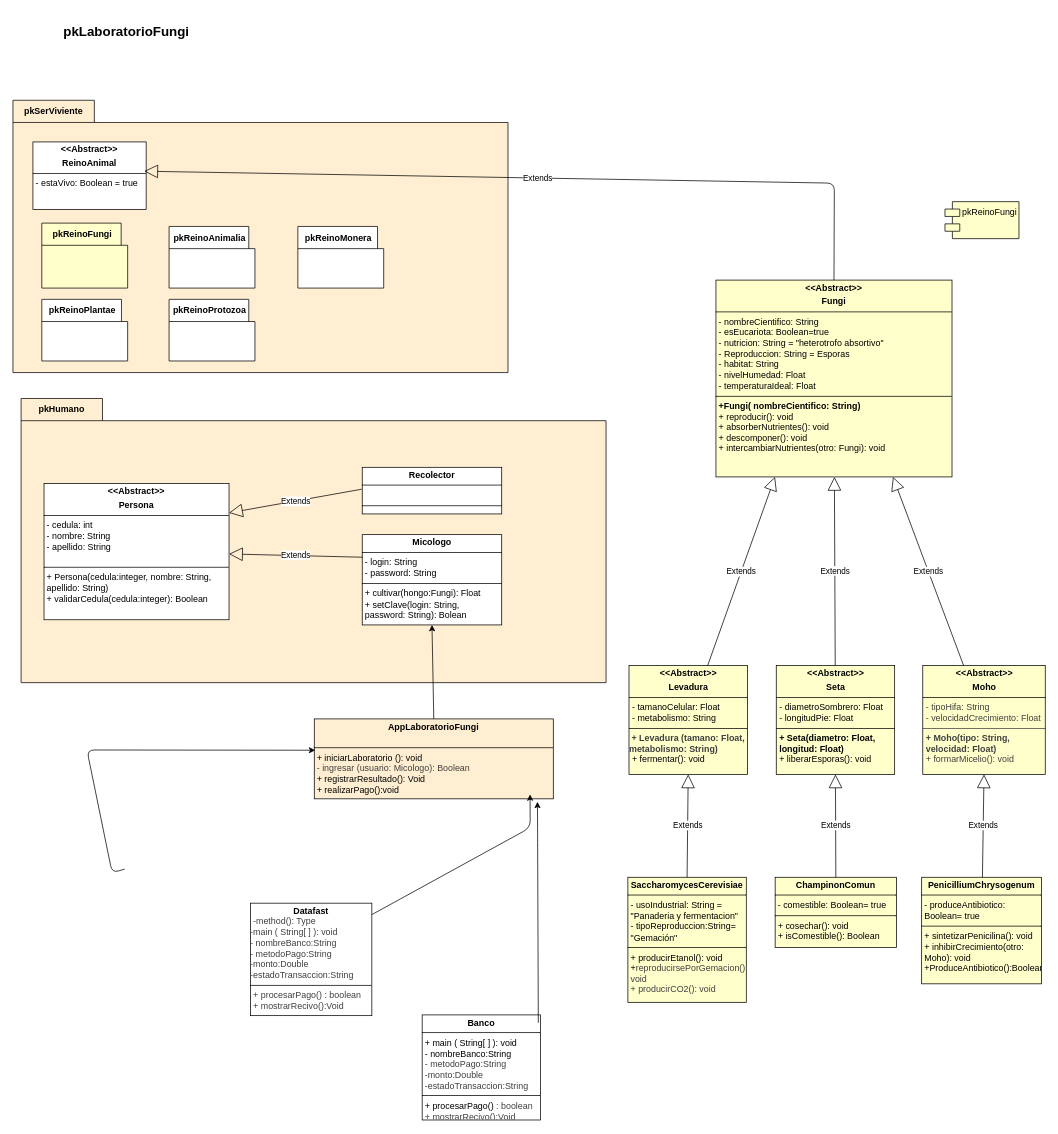
The draw.io diagram desing/Desing2/ClassDiagram.drawio in larry2004h-hash/ProyectoReinoFungi, before the edit. Source tidied: cells renumbered, new cells numbered last; positions are measured from the earlier drawing's top-left corner, leaving out a move shared by most shapes. Both pictures are drawn from the tidied source at 74%, with x=0, y=0 at pixel (13, 13).
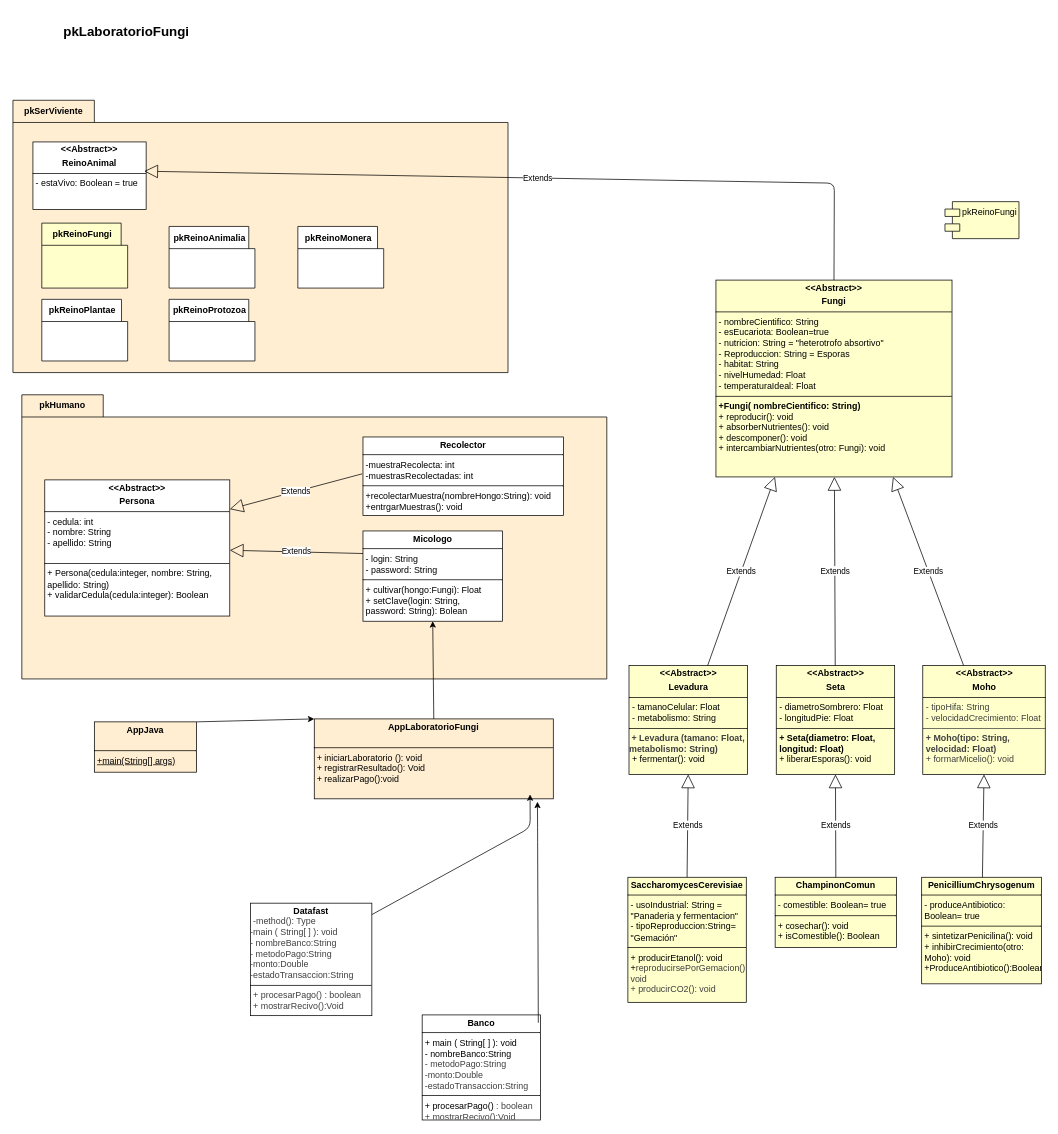
Above is the later version.

Commit message:
mejoras diseño

Change to the diagram source:
```diff
@@
     <mxCell id="2" value="pkHumano" style="shape=folder;fontStyle=1;tabWidth=110;tabHeight=30;tabPosition=left;html=1;boundedLbl=1;labelInHeader=1;whiteSpace=wrap;fillColor=#FFEED1;" parent="1" vertex="1">
-      <mxGeometry x="11" y="521" width="790.5" height="384" as="geometry" />
+      <mxGeometry x="12" y="516" width="790.5" height="384" as="geometry" />
     </mxCell>
@@
-    <mxCell id="7" value="&lt;p style=&quot;margin:0px;margin-top:4px;text-align:center;&quot;&gt;&lt;b&gt;Recolector&lt;/b&gt;&lt;/p&gt;&lt;hr style=&quot;border-style:solid;&quot; size=&quot;1&quot;&gt;&lt;p style=&quot;scrollbar-color: rgb(75, 75, 75) rgb(27, 29, 30); margin: 0px 0px 0px 4px;&quot;&gt;&lt;br&gt;&lt;/p&gt;&lt;hr style=&quot;border-style:solid;&quot; size=&quot;1&quot;&gt;&lt;p style=&quot;scrollbar-color: rgb(75, 75, 75) rgb(27, 29, 30); margin: 0px 0px 0px 4px;&quot;&gt;&lt;br&gt;&lt;/p&gt;" style="verticalAlign=top;align=left;overflow=fill;html=1;whiteSpace=wrap;fontColor=default;" parent="2" vertex="1">
-      <mxGeometry x="461" y="93" width="188.5" height="63" as="geometry" />
+    <mxCell id="7" value="&lt;p style=&quot;margin:0px;margin-top:4px;text-align:center;&quot;&gt;&lt;b&gt;Recolector&lt;/b&gt;&lt;/p&gt;&lt;hr style=&quot;border-style:solid;&quot; size=&quot;1&quot;&gt;&lt;p style=&quot;scrollbar-color: rgb(75, 75, 75) rgb(27, 29, 30); margin: 0px 0px 0px 4px;&quot;&gt;-muestraRecolecta: int&lt;/p&gt;&lt;p style=&quot;scrollbar-color: rgb(75, 75, 75) rgb(27, 29, 30); margin: 0px 0px 0px 4px;&quot;&gt;-muestrasRecolectadas: int&lt;/p&gt;&lt;hr style=&quot;border-style:solid;&quot; size=&quot;1&quot;&gt;&lt;p style=&quot;scrollbar-color: rgb(75, 75, 75) rgb(27, 29, 30); margin: 0px 0px 0px 4px;&quot;&gt;+recolectarMuestra(nombreHongo:String): void&lt;/p&gt;&lt;p style=&quot;scrollbar-color: rgb(75, 75, 75) rgb(27, 29, 30); margin: 0px 0px 0px 4px;&quot;&gt;+entrgarMuestras(): void&lt;/p&gt;" style="verticalAlign=top;align=left;overflow=fill;html=1;whiteSpace=wrap;fontColor=default;" parent="2" vertex="1">
+      <mxGeometry x="461" y="57" width="271" height="106" as="geometry" />
     </mxCell>
@@
-    <mxCell id="37" value="&lt;p style=&quot;margin:0px;margin-top:4px;text-align:center;&quot;&gt;&lt;b&gt;AppLaboratorioFungi&lt;/b&gt;&lt;/p&gt;&lt;p style=&quot;margin:0px;margin-left:4px;&quot;&gt;&lt;br&gt;&lt;/p&gt;&lt;hr size=&quot;1&quot; style=&quot;border-style:solid;&quot;&gt;&lt;p style=&quot;margin:0px;margin-left:4px;&quot;&gt;+ iniciarLaboratorio (): void&lt;/p&gt;&lt;p style=&quot;margin:0px;margin-left:4px;&quot;&gt;&lt;span style=&quot;color: rgb(63, 63, 63);&quot;&gt;- ingresar (usuario: Micologo): Boolean&lt;/span&gt;&lt;/p&gt;&lt;p style=&quot;margin:0px;margin-left:4px;&quot;&gt;+ registrarResultado(): Void&lt;br&gt;+ realizarPago():void&lt;br&gt;&lt;br&gt;&lt;/p&gt;&lt;p style=&quot;margin:0px;margin-left:4px;&quot;&gt;&lt;br&gt;&lt;/p&gt;&lt;p style=&quot;margin:0px;margin-left:4px;&quot;&gt;&lt;br&gt;&lt;/p&gt;" style="verticalAlign=top;align=left;overflow=fill;html=1;whiteSpace=wrap;fillColor=#FFEED1;strokeColor=#000000;rounded=0;glass=0;" parent="1" vertex="1">
+    <mxCell id="37" value="&lt;p style=&quot;margin:0px;margin-top:4px;text-align:center;&quot;&gt;&lt;b&gt;AppLaboratorioFungi&lt;/b&gt;&lt;/p&gt;&lt;p style=&quot;margin:0px;margin-left:4px;&quot;&gt;&lt;br&gt;&lt;/p&gt;&lt;hr size=&quot;1&quot; style=&quot;border-style:solid;&quot;&gt;&lt;p style=&quot;margin:0px;margin-left:4px;&quot;&gt;+ iniciarLaboratorio (): void&lt;/p&gt;&lt;p style=&quot;margin:0px;margin-left:4px;&quot;&gt;+ registrarResultado(): Void&lt;br&gt;+ realizarPago():void&lt;br&gt;&lt;br&gt;&lt;/p&gt;&lt;p style=&quot;margin:0px;margin-left:4px;&quot;&gt;&lt;br&gt;&lt;/p&gt;&lt;p style=&quot;margin:0px;margin-left:4px;&quot;&gt;&lt;br&gt;&lt;/p&gt;" style="verticalAlign=top;align=left;overflow=fill;html=1;whiteSpace=wrap;fillColor=#FFEED1;strokeColor=#000000;rounded=0;glass=0;" parent="1" vertex="1">
       <mxGeometry x="407.2" y="954" width="323" height="108" as="geometry" />
     </mxCell>
@@
-    <mxCell id="43" style="edgeStyle=none;html=1;entryX=0.004;entryY=0.392;entryDx=0;entryDy=0;entryPerimeter=0;" parent="1" edge="1" target="37">
-      <mxGeometry relative="1" as="geometry">
-        <mxPoint x="151" y="1157" as="sourcePoint" />
-        <Array as="points">
-          <mxPoint x="134" y="1162" />
-          <mxPoint x="100" y="996" />
-        </Array>
-      </mxGeometry>
+    <mxCell id="43" style="edgeStyle=none;html=1;exitX=1;exitY=0;exitDx=0;exitDy=0;entryX=0;entryY=0;entryDx=0;entryDy=0;" parent="1" edge="1" source="44" target="37">
+      <mxGeometry relative="1" as="geometry" />
     </mxCell>
+    <mxCell id="44" value="&lt;p style=&quot;margin:0px;margin-top:4px;text-align:center;&quot;&gt;&lt;b&gt;AppJava&lt;/b&gt;&lt;/p&gt;&lt;p style=&quot;margin:0px;margin-left:4px;&quot;&gt;&lt;br&gt;&lt;/p&gt;&lt;hr size=&quot;1&quot; style=&quot;border-style:solid;&quot;&gt;&lt;p style=&quot;margin:0px;margin-left:4px;&quot;&gt;&lt;u&gt;+main(String[] args)&lt;/u&gt;&lt;/p&gt;&lt;p style=&quot;margin:0px;margin-left:4px;&quot;&gt;&lt;br&gt;&lt;/p&gt;&lt;p style=&quot;margin:0px;margin-left:4px;&quot;&gt;&lt;br&gt;&lt;/p&gt;&lt;p style=&quot;margin:0px;margin-left:4px;&quot;&gt;&lt;br&gt;&lt;/p&gt;" style="verticalAlign=top;align=left;overflow=fill;html=1;whiteSpace=wrap;fillColor=#FFEED1;strokeColor=#000000;rounded=0;glass=0;" parent="1" vertex="1">
+      <mxGeometry x="110" y="958" width="138" height="68" as="geometry" />
+    </mxCell>
```
